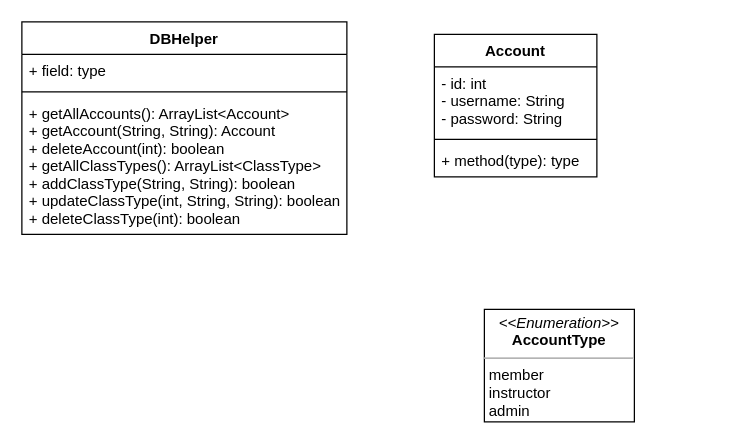
This is Documents/UML Class Diagram.drawio from AmyLDunn/Fitness_Center, a draw.io file, before an edit. Source tidied: cells renumbered, new cells numbered last; positions are measured from the earlier drawing's top-left corner, leaving out a move shared by most shapes. Both pictures are drawn from the tidied source at 125%, with x=0, y=0 at pixel (21, 21).
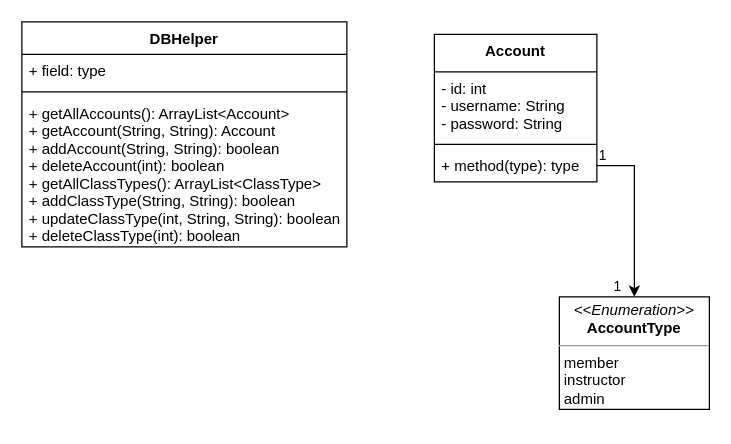
After the change.

Diff of the diagram source:
```diff
@@
 <mxGraphModel>
   <root>
     <mxCell id="0" />
     <mxCell id="1" parent="0" />
     <mxCell id="2" value="DBHelper" style="swimlane;fontStyle=1;align=center;verticalAlign=top;horizontal=1;startSize=26;" parent="1" vertex="1">
-      <mxGeometry width="260" height="170" as="geometry" />
+      <mxGeometry width="260" height="180" as="geometry" />
     </mxCell>
     <mxCell id="3" value="+ field: type" style="text;strokeColor=none;fillColor=none;align=left;verticalAlign=top;spacingLeft=4;spacingRight=4;overflow=hidden;" parent="2" vertex="1">
       <mxGeometry y="26" width="260" height="26" as="geometry" />
     </mxCell>
     <mxCell id="4" style="line;strokeWidth=1;fillColor=none;align=left;verticalAlign=middle;spacingTop=-1;spacingLeft=3;spacingRight=3;labelPosition=right;" parent="2" vertex="1">
       <mxGeometry y="52" width="260" height="8" as="geometry" />
     </mxCell>
-    <mxCell id="5" value="+ getAllAccounts(): ArrayList&lt;Account&gt;&#10;+ getAccount(String, String): Account&#10;+ deleteAccount(int): boolean&#10;+ getAllClassTypes(): ArrayList&lt;ClassType&gt;&#10;+ addClassType(String, String): boolean&#10;+ updateClassType(int, String, String): boolean&#10;+ deleteClassType(int): boolean" style="text;strokeColor=none;fillColor=none;align=left;verticalAlign=top;spacingLeft=4;spacingRight=4;overflow=hidden;" parent="2" vertex="1">
-      <mxGeometry y="60" width="260" height="110" as="geometry" />
+    <mxCell id="5" value="+ getAllAccounts(): ArrayList&lt;Account&gt;&#10;+ getAccount(String, String): Account&#10;+ addAccount(String, String): boolean&#10;+ deleteAccount(int): boolean&#10;+ getAllClassTypes(): ArrayList&lt;ClassType&gt;&#10;+ addClassType(String, String): boolean&#10;+ updateClassType(int, String, String): boolean&#10;+ deleteClassType(int): boolean" style="text;strokeColor=none;fillColor=none;align=left;verticalAlign=top;spacingLeft=4;spacingRight=4;overflow=hidden;" parent="2" vertex="1">
+      <mxGeometry y="60" width="260" height="120" as="geometry" />
     </mxCell>
-    <mxCell id="6" value="Account" style="swimlane;fontStyle=1;align=center;verticalAlign=top;horizontal=1;startSize=26;" parent="1" vertex="1">
-      <mxGeometry x="330" y="10" width="130" height="114" as="geometry" />
+    <mxCell id="6" value="Account" style="swimlane;fontStyle=1;align=center;verticalAlign=top;horizontal=1;startSize=30;" parent="1" vertex="1">
+      <mxGeometry x="330" y="10" width="130" height="118" as="geometry" />
     </mxCell>
     <mxCell id="7" value="- id: int&#10;- username: String&#10;- password: String" style="text;strokeColor=none;fillColor=none;align=left;verticalAlign=top;spacingLeft=4;spacingRight=4;overflow=hidden;" parent="6" vertex="1">
-      <mxGeometry y="26" width="130" height="54" as="geometry" />
+      <mxGeometry y="30" width="130" height="54" as="geometry" />
     </mxCell>
     <mxCell id="8" style="line;strokeWidth=1;fillColor=none;align=left;verticalAlign=middle;spacingTop=-1;spacingLeft=3;spacingRight=3;labelPosition=right;" parent="6" vertex="1">
-      <mxGeometry y="80" width="130" height="8" as="geometry" />
+      <mxGeometry y="84" width="130" height="8" as="geometry" />
     </mxCell>
     <mxCell id="9" value="+ method(type): type" style="text;strokeColor=none;fillColor=none;align=left;verticalAlign=top;spacingLeft=4;spacingRight=4;overflow=hidden;points=[[0,0.5],[1,0.5]];portConstraint=eastwest;" parent="6" vertex="1">
-      <mxGeometry y="88" width="130" height="26" as="geometry" />
+      <mxGeometry y="92" width="130" height="26" as="geometry" />
     </mxCell>
     <mxCell id="10" value="&lt;p style=&quot;margin: 0px ; margin-top: 4px ; text-align: center&quot;&gt;&lt;i&gt;&amp;lt;&amp;lt;Enumeration&amp;gt;&amp;gt;&lt;/i&gt;&lt;br&gt;&lt;b&gt;AccountType&lt;/b&gt;&lt;/p&gt;&lt;hr size=&quot;1&quot;&gt;&lt;p style=&quot;margin: 0px ; margin-left: 4px&quot;&gt;member&lt;/p&gt;&lt;p style=&quot;margin: 0px ; margin-left: 4px&quot;&gt;instructor&lt;/p&gt;&lt;p style=&quot;margin: 0px ; margin-left: 4px&quot;&gt;admin&lt;/p&gt;" style="verticalAlign=top;align=left;overflow=fill;fontSize=12;fontFamily=Helvetica;html=1;" parent="1" vertex="1">
-      <mxGeometry x="370" y="230" width="120" height="90" as="geometry" />
+      <mxGeometry x="430" y="220" width="120" height="90" as="geometry" />
     </mxCell>
+    <mxCell id="11" style="endArrow=classic;html=1;edgeStyle=orthogonalEdgeStyle;rounded=0;entryX=0.5;entryY=0;entryDx=0;entryDy=0;exitX=1;exitY=0.5;exitDx=0;exitDy=0;endFill=1;" parent="1" edge="1" source="9" target="10">
+      <mxGeometry relative="1" as="geometry" />
+    </mxCell>
+    <mxCell id="12" value="1" style="edgeLabel;html=1;align=left;verticalAlign=bottom;" parent="11" vertex="1">
+      <mxGeometry x="-1" relative="1" as="geometry" />
+    </mxCell>
+    <mxCell id="13" value="1" style="edgeLabel;html=1;align=right;verticalAlign=bottom;" parent="11" vertex="1">
+      <mxGeometry x="1" relative="1" as="geometry">
+        <mxPoint x="-10" as="offset" />
+      </mxGeometry>
+    </mxCell>
   </root>
 </mxGraphModel>
```
